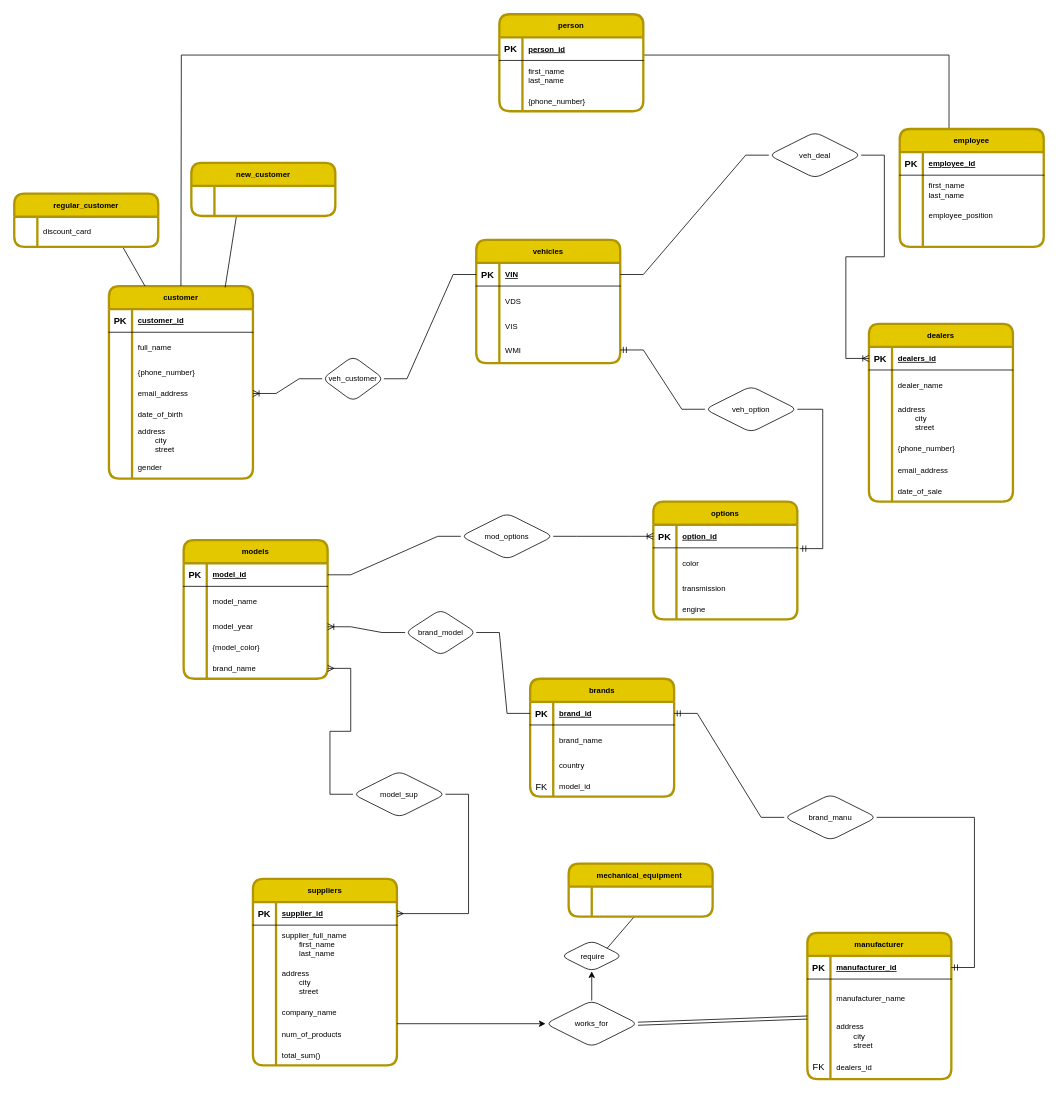
Before: Untitled Diagram.drawio in ertaevaaiym1/DATABASES-2021, a draw.io diagram. Source tidied: cells renumbered, new cells numbered last; positions are measured from the earlier drawing's top-left corner, leaving out a move shared by most shapes. Both pictures are drawn from the tidied source at 77%, with x=0, y=0 at pixel (14, 14).
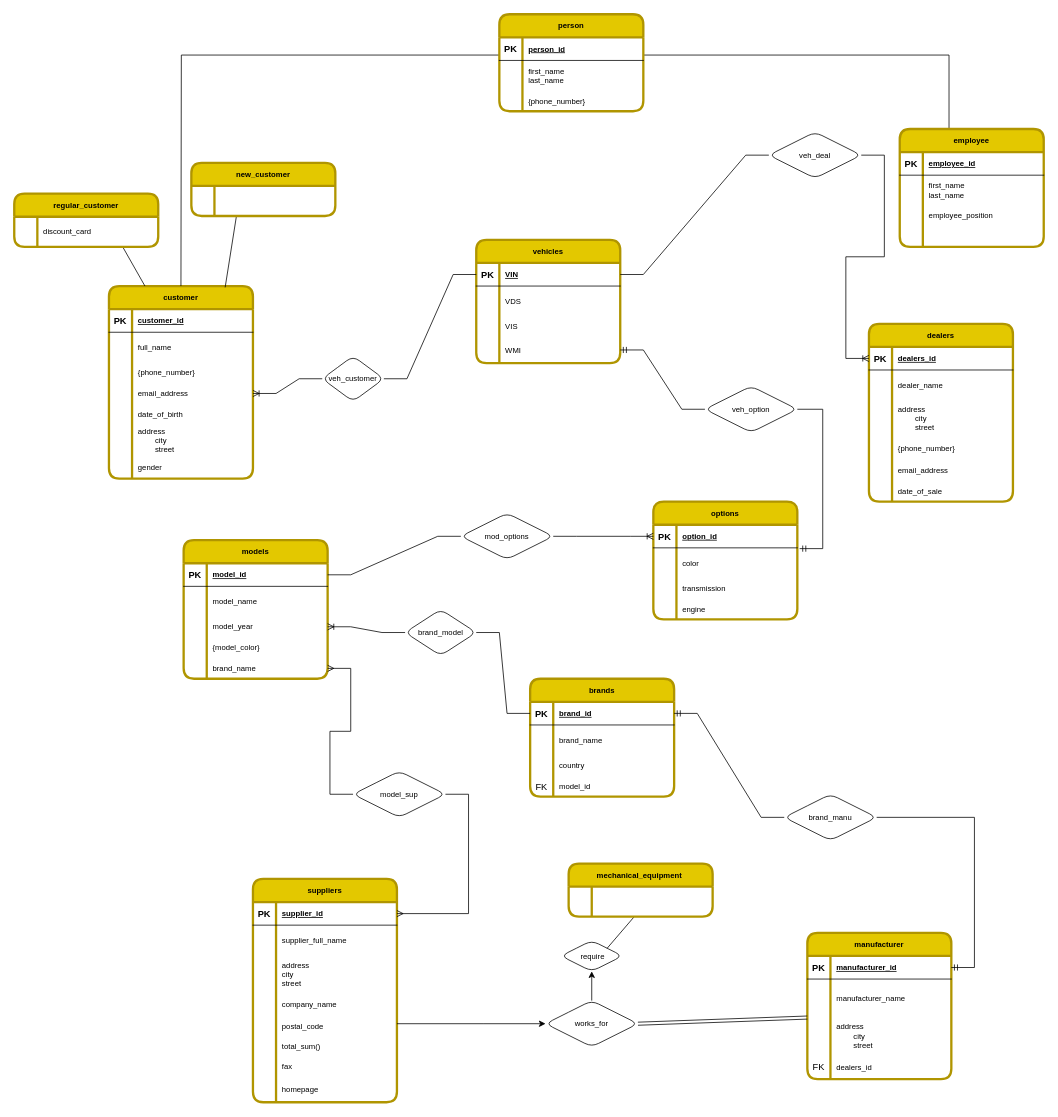
The same diagram, later.

Diff of the diagram source:
```diff
@@
     <mxCell id="98" value="suppliers" style="shape=table;startSize=30;childLayout=tableLayout;rowLines=0;fontStyle=1;align=center;fillColor=#e3c800;strokeColor=#B09500;fontColor=default;strokeWidth=3;perimeterSpacing=0;shadow=0;rounded=1;sketch=0;swimlaneFillColor=default;fontSize=10;labelBackgroundColor=none;horizontal=1;" parent="1" vertex="1">
-      <mxGeometry x="310" y="1123" width="187" height="242" as="geometry" />
+      <mxGeometry x="310" y="1123" width="187" height="290" as="geometry" />
     </mxCell>
@@
     <mxCell id="102" style="shape=partialRectangle;fillColor=none;top=0;left=0;right=0;bottom=0;" parent="98" vertex="1">
-      <mxGeometry y="60" width="187" height="50" as="geometry" />
+      <mxGeometry y="60" width="187" height="40" as="geometry" />
     </mxCell>
     <mxCell id="103" style="shape=partialRectangle;overflow=hidden;fillColor=none;top=0;left=0;bottom=0;right=0;" parent="102" vertex="1">
-      <mxGeometry width="30" height="50" as="geometry" />
+      <mxGeometry width="30" height="40" as="geometry" />
     </mxCell>
-    <mxCell id="104" value="supplier_full_name&#10;        first_name&#10;        last_name" style="shape=partialRectangle;overflow=hidden;fillColor=none;top=0;left=0;bottom=0;right=0;align=left;spacingLeft=6;fontSize=10;" parent="102" vertex="1">
-      <mxGeometry x="30" width="157" height="50" as="geometry" />
+    <mxCell id="104" value="supplier_full_name" style="shape=partialRectangle;overflow=hidden;fillColor=none;top=0;left=0;bottom=0;right=0;align=left;spacingLeft=6;fontSize=10;" parent="102" vertex="1">
+      <mxGeometry x="30" width="157" height="40" as="geometry" />
     </mxCell>
     <mxCell id="105" style="shape=partialRectangle;fillColor=none;top=0;left=0;right=0;bottom=0;" parent="98" vertex="1">
-      <mxGeometry y="110" width="187" height="48" as="geometry" />
+      <mxGeometry y="100" width="187" height="48" as="geometry" />
     </mxCell>
@@
-    <mxCell id="107" value="address&#10;        city&#10;        street" style="shape=partialRectangle;overflow=hidden;fillColor=none;top=0;left=0;bottom=0;right=0;align=left;spacingLeft=6;fontSize=10;" parent="105" vertex="1">
+    <mxCell id="107" value="address&#10;city&#10;street" style="shape=partialRectangle;overflow=hidden;fillColor=none;top=0;left=0;bottom=0;right=0;align=left;spacingLeft=6;fontSize=10;" parent="105" vertex="1">
       <mxGeometry x="30" width="157" height="48" as="geometry" />
     </mxCell>
     <mxCell id="108" style="shape=partialRectangle;fillColor=none;top=0;left=0;right=0;bottom=0;" parent="98" vertex="1">
-      <mxGeometry y="158" width="187" height="30" as="geometry" />
+      <mxGeometry y="148" width="187" height="30" as="geometry" />
     </mxCell>
@@
     <mxCell id="111" style="shape=partialRectangle;fillColor=none;top=0;left=0;right=0;bottom=0;" parent="98" vertex="1">
-      <mxGeometry y="188" width="187" height="27" as="geometry" />
+      <mxGeometry y="178" width="187" height="27" as="geometry" />
     </mxCell>
@@
-    <mxCell id="113" value="num_of_products" style="shape=partialRectangle;overflow=hidden;fillColor=none;top=0;left=0;bottom=0;right=0;align=left;spacingLeft=6;fontSize=10;" parent="111" vertex="1">
+    <mxCell id="113" value="postal_code" style="shape=partialRectangle;overflow=hidden;fillColor=none;top=0;left=0;bottom=0;right=0;align=left;spacingLeft=6;fontSize=10;" parent="111" vertex="1">
       <mxGeometry x="30" width="157" height="27" as="geometry" />
     </mxCell>
     <mxCell id="114" style="shape=partialRectangle;fillColor=none;top=0;left=0;right=0;bottom=0;" parent="98" vertex="1">
-      <mxGeometry y="215" width="187" height="27" as="geometry" />
+      <mxGeometry y="205" width="187" height="25" as="geometry" />
     </mxCell>
     <mxCell id="115" style="shape=partialRectangle;overflow=hidden;fillColor=none;top=0;left=0;bottom=0;right=0;" parent="114" vertex="1">
-      <mxGeometry width="30" height="27" as="geometry" />
+      <mxGeometry width="30" height="25" as="geometry" />
     </mxCell>
     <mxCell id="116" value="total_sum()" style="shape=partialRectangle;overflow=hidden;fillColor=none;top=0;left=0;bottom=0;right=0;align=left;spacingLeft=6;fontSize=10;" parent="114" vertex="1">
-      <mxGeometry x="30" width="157" height="27" as="geometry" />
+      <mxGeometry x="30" width="157" height="25" as="geometry" />
     </mxCell>
+    <mxCell id="195" style="shape=partialRectangle;fillColor=none;top=0;left=0;right=0;bottom=0;" parent="98" vertex="1">
+      <mxGeometry y="230" width="187" height="27" as="geometry" />
+    </mxCell>
+    <mxCell id="196" style="shape=partialRectangle;overflow=hidden;fillColor=none;top=0;left=0;bottom=0;right=0;" parent="195" vertex="1">
+      <mxGeometry width="30" height="27" as="geometry" />
+    </mxCell>
+    <mxCell id="197" value="fax" style="shape=partialRectangle;overflow=hidden;fillColor=none;top=0;left=0;bottom=0;right=0;align=left;spacingLeft=6;fontSize=10;" parent="195" vertex="1">
+      <mxGeometry x="30" width="157" height="27" as="geometry" />
+    </mxCell>
+    <mxCell id="198" style="shape=partialRectangle;fillColor=none;top=0;left=0;right=0;bottom=0;" parent="98" vertex="1">
+      <mxGeometry y="257" width="187" height="33" as="geometry" />
+    </mxCell>
+    <mxCell id="199" style="shape=partialRectangle;overflow=hidden;fillColor=none;top=0;left=0;bottom=0;right=0;" parent="198" vertex="1">
+      <mxGeometry width="30" height="33" as="geometry" />
+    </mxCell>
+    <mxCell id="200" value="homepage" style="shape=partialRectangle;overflow=hidden;fillColor=none;top=0;left=0;bottom=0;right=0;align=left;spacingLeft=6;fontSize=10;" parent="198" vertex="1">
+      <mxGeometry x="30" width="157" height="33" as="geometry" />
+    </mxCell>
```
